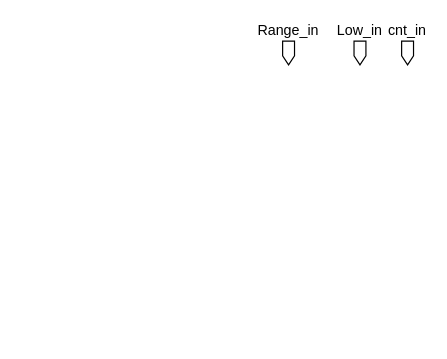
The draw.io diagram page "Stage_3" (7 of 8) of Project/Architecture.drawio in tuliopereirab/arithmetic-encoder-av1, before the edit. Source tidied: cells renumbered, new cells numbered last; positions are measured from the earlier drawing's top-left corner, leaving out a move shared by most shapes. Both pictures are drawn from the tidied source at 119%, with x=0, y=0 at pixel (282, 40).
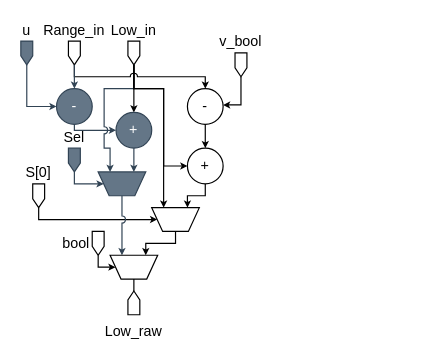
The same page after the edit.

Diff of the diagram source:
```diff
@@
+    <mxCell id="5" style="edgeStyle=orthogonalEdgeStyle;rounded=0;jettySize=auto;html=1;exitX=0.5;exitY=1;exitDx=0;exitDy=0;entryX=0;entryY=0.5;entryDx=0;entryDy=0;endSize=3;jumpStyle=arc;fillColor=#647687;strokeColor=#314354;" parent="1" edge="1" source="11" target="15">
+      <mxGeometry relative="1" as="geometry">
+        <Array as="points">
+          <mxPoint x="-175" y="75" />
+        </Array>
+      </mxGeometry>
+    </mxCell>
+    <mxCell id="6" style="edgeStyle=orthogonalEdgeStyle;rounded=0;jumpStyle=arc;jettySize=auto;html=1;exitX=0.5;exitY=1;exitDx=0;exitDy=0;entryX=0.25;entryY=0;entryDx=0;entryDy=0;endSize=3;fillColor=#647687;strokeColor=#314354;" parent="1" edge="1" source="3" target="29">
+      <mxGeometry relative="1" as="geometry">
+        <Array as="points">
+          <mxPoint x="-125" y="40" />
+          <mxPoint x="-150" y="40" />
+          <mxPoint x="-150" y="90" />
+          <mxPoint x="-145" y="90" />
+        </Array>
+      </mxGeometry>
+    </mxCell>
+    <mxCell id="7" style="edgeStyle=orthogonalEdgeStyle;rounded=0;jumpStyle=arc;jettySize=auto;html=1;exitX=0.5;exitY=1;exitDx=0;exitDy=0;entryX=0;entryY=0.5;entryDx=0;entryDy=0;endSize=3;" parent="1" edge="1" source="3" target="27">
+      <mxGeometry relative="1" as="geometry">
+        <Array as="points">
+          <mxPoint x="-125" y="40" />
+          <mxPoint x="-100" y="40" />
+          <mxPoint x="-100" y="105" />
+        </Array>
+      </mxGeometry>
+    </mxCell>
+    <mxCell id="8" style="edgeStyle=orthogonalEdgeStyle;rounded=0;jettySize=auto;html=1;exitX=0.5;exitY=1;exitDx=0;exitDy=0;entryX=0.25;entryY=0;entryDx=0;entryDy=0;endSize=3;" parent="1" edge="1" source="3" target="21">
+      <mxGeometry relative="1" as="geometry">
+        <Array as="points">
+          <mxPoint x="-125" y="40" />
+          <mxPoint x="-100" y="40" />
+        </Array>
+      </mxGeometry>
+    </mxCell>
+    <mxCell id="9" style="edgeStyle=orthogonalEdgeStyle;rounded=0;jumpStyle=arc;jettySize=auto;html=1;exitX=0.5;exitY=1;exitDx=0;exitDy=0;entryX=0.5;entryY=0;entryDx=0;entryDy=0;endSize=3;" parent="1" edge="1" source="2" target="25">
+      <mxGeometry relative="1" as="geometry">
+        <Array as="points">
+          <mxPoint x="-175" y="30" />
+          <mxPoint x="-65" y="30" />
+        </Array>
+      </mxGeometry>
+    </mxCell>
     <mxCell id="2" value="Range_in" style="shape=offPageConnector;whiteSpace=wrap;html=1;align=center;labelPosition=center;verticalLabelPosition=top;verticalAlign=bottom;" parent="1" vertex="1">
-      <mxGeometry width="10" height="20" as="geometry" />
+      <mxGeometry x="-180" width="10" height="20" as="geometry" />
     </mxCell>
+    <mxCell id="10" style="edgeStyle=orthogonalEdgeStyle;rounded=0;jettySize=auto;html=1;exitX=0.5;exitY=1;exitDx=0;exitDy=0;entryX=0.5;entryY=0;entryDx=0;entryDy=0;endSize=3;" parent="1" edge="1" source="3" target="15">
+      <mxGeometry relative="1" as="geometry" />
+    </mxCell>
     <mxCell id="3" value="Low_in" style="shape=offPageConnector;whiteSpace=wrap;html=1;align=center;labelPosition=center;verticalLabelPosition=top;verticalAlign=bottom;" parent="1" vertex="1">
-      <mxGeometry x="60" width="10" height="20" as="geometry" />
+      <mxGeometry x="-130" width="10" height="20" as="geometry" />
     </mxCell>
-    <mxCell id="4" value="cnt_in" style="shape=offPageConnector;whiteSpace=wrap;html=1;align=center;labelPosition=center;verticalLabelPosition=top;verticalAlign=bottom;" parent="1" vertex="1">
-      <mxGeometry x="100" width="10" height="20" as="geometry" />
-    </mxCell>
+    <mxCell id="11" value="-" style="ellipse;whiteSpace=wrap;html=1;fillColor=#647687;strokeColor=#314354;fontColor=#ffffff;" parent="1" vertex="1">
+      <mxGeometry x="-190" y="40" width="30" height="30" as="geometry" />
+    </mxCell>
+    <mxCell id="12" style="edgeStyle=orthogonalEdgeStyle;rounded=0;jettySize=auto;html=1;exitX=0.5;exitY=1;exitDx=0;exitDy=0;entryX=0;entryY=0.5;entryDx=0;entryDy=0;endSize=3;fillColor=#647687;strokeColor=#314354;" parent="1" edge="1" source="13" target="11">
+      <mxGeometry relative="1" as="geometry">
+        <Array as="points">
+          <mxPoint x="-215" y="55" />
+        </Array>
+      </mxGeometry>
+    </mxCell>
+    <mxCell id="13" value="u" style="shape=offPageConnector;whiteSpace=wrap;html=1;align=center;labelPosition=center;verticalLabelPosition=top;verticalAlign=bottom;fillColor=#647687;strokeColor=#314354;" parent="1" vertex="1">
+      <mxGeometry x="-220" width="10" height="20" as="geometry" />
+    </mxCell>
+    <mxCell id="14" style="edgeStyle=orthogonalEdgeStyle;rounded=0;jumpStyle=arc;jettySize=auto;html=1;exitX=0.5;exitY=1;exitDx=0;exitDy=0;entryX=0.75;entryY=0;entryDx=0;entryDy=0;endSize=3;fillColor=#647687;strokeColor=#314354;" parent="1" edge="1" source="15" target="29">
+      <mxGeometry relative="1" as="geometry" />
+    </mxCell>
+    <mxCell id="15" value="+" style="ellipse;whiteSpace=wrap;html=1;fillColor=#647687;strokeColor=#314354;fontColor=#ffffff;" parent="1" vertex="1">
+      <mxGeometry x="-140" y="60" width="30" height="30" as="geometry" />
+    </mxCell>
+    <mxCell id="16" style="edgeStyle=orthogonalEdgeStyle;rounded=0;jettySize=auto;html=1;endSize=3;entryX=0;entryY=0.5;entryDx=0;entryDy=0;" parent="1" edge="1" source="17" target="21">
+      <mxGeometry relative="1" as="geometry">
+        <Array as="points">
+          <mxPoint x="-205" y="150" />
+        </Array>
+      </mxGeometry>
+    </mxCell>
+    <mxCell id="17" value="S[0]" style="shape=offPageConnector;whiteSpace=wrap;html=1;align=center;labelPosition=center;verticalLabelPosition=top;verticalAlign=bottom;" parent="1" vertex="1">
+      <mxGeometry x="-210" y="120" width="10" height="20" as="geometry" />
+    </mxCell>
+    <mxCell id="18" style="edgeStyle=orthogonalEdgeStyle;rounded=0;jumpStyle=arc;jettySize=auto;html=1;exitX=0.5;exitY=1;exitDx=0;exitDy=0;entryX=0;entryY=0.5;entryDx=0;entryDy=0;endSize=3;" parent="1" edge="1" source="19" target="31">
+      <mxGeometry relative="1" as="geometry">
+        <Array as="points">
+          <mxPoint x="-155" y="190" />
+        </Array>
+      </mxGeometry>
+    </mxCell>
+    <mxCell id="19" value="bool" style="shape=offPageConnector;whiteSpace=wrap;html=1;align=right;labelPosition=left;verticalLabelPosition=middle;verticalAlign=middle;" parent="1" vertex="1">
+      <mxGeometry x="-160" y="160" width="10" height="20" as="geometry" />
+    </mxCell>
+    <mxCell id="20" style="edgeStyle=orthogonalEdgeStyle;rounded=0;jumpStyle=arc;jettySize=auto;html=1;exitX=0.5;exitY=1;exitDx=0;exitDy=0;entryX=0.75;entryY=0;entryDx=0;entryDy=0;endSize=3;" parent="1" edge="1" source="21" target="31">
+      <mxGeometry relative="1" as="geometry">
+        <Array as="points">
+          <mxPoint x="-90" y="170" />
+          <mxPoint x="-115" y="170" />
+        </Array>
+      </mxGeometry>
+    </mxCell>
+    <mxCell id="21" style="verticalLabelPosition=bottom;verticalAlign=top;html=1;shape=trapezoid;perimeter=trapezoidPerimeter;whiteSpace=wrap;size=0.23;arcSize=10;flipV=1;align=center;direction=east;" parent="1" vertex="1">
+      <mxGeometry x="-110" y="140" width="40" height="20" as="geometry" />
+    </mxCell>
+    <mxCell id="22" style="edgeStyle=orthogonalEdgeStyle;rounded=0;jumpStyle=arc;jettySize=auto;html=1;exitX=0.5;exitY=1;exitDx=0;exitDy=0;entryX=0.998;entryY=0.457;entryDx=0;entryDy=0;entryPerimeter=0;endSize=3;" parent="1" edge="1" source="23" target="25">
+      <mxGeometry relative="1" as="geometry">
+        <Array as="points">
+          <mxPoint x="-35" y="54" />
+        </Array>
+      </mxGeometry>
+    </mxCell>
+    <mxCell id="23" value="v_bool" style="shape=offPageConnector;whiteSpace=wrap;html=1;align=center;labelPosition=center;verticalLabelPosition=top;verticalAlign=bottom;" parent="1" vertex="1">
+      <mxGeometry x="-40" y="10" width="10" height="20" as="geometry" />
+    </mxCell>
+    <mxCell id="24" style="edgeStyle=orthogonalEdgeStyle;rounded=0;jumpStyle=arc;jettySize=auto;html=1;exitX=0.5;exitY=1;exitDx=0;exitDy=0;entryX=0.5;entryY=0;entryDx=0;entryDy=0;endSize=3;" parent="1" edge="1" source="25" target="27">
+      <mxGeometry relative="1" as="geometry" />
+    </mxCell>
+    <mxCell id="25" value="-" style="ellipse;whiteSpace=wrap;html=1;" parent="1" vertex="1">
+      <mxGeometry x="-80" y="40" width="30" height="30" as="geometry" />
+    </mxCell>
+    <mxCell id="26" style="edgeStyle=orthogonalEdgeStyle;rounded=0;jumpStyle=arc;jettySize=auto;html=1;entryX=0.75;entryY=0;entryDx=0;entryDy=0;endSize=3;" parent="1" edge="1" source="27" target="21">
+      <mxGeometry relative="1" as="geometry">
+        <Array as="points">
+          <mxPoint x="-65" y="130" />
+          <mxPoint x="-80" y="130" />
+        </Array>
+      </mxGeometry>
+    </mxCell>
+    <mxCell id="27" value="+" style="ellipse;whiteSpace=wrap;html=1;" parent="1" vertex="1">
+      <mxGeometry x="-80" y="90" width="30" height="30" as="geometry" />
+    </mxCell>
+    <mxCell id="28" style="edgeStyle=orthogonalEdgeStyle;rounded=0;jumpStyle=arc;jettySize=auto;html=1;exitX=0.5;exitY=1;exitDx=0;exitDy=0;endSize=3;entryX=0.25;entryY=0;entryDx=0;entryDy=0;fillColor=#647687;strokeColor=#314354;" parent="1" edge="1" source="29" target="31">
+      <mxGeometry relative="1" as="geometry" />
+    </mxCell>
+    <mxCell id="29" style="verticalLabelPosition=bottom;verticalAlign=top;html=1;shape=trapezoid;perimeter=trapezoidPerimeter;whiteSpace=wrap;size=0.23;arcSize=10;flipV=1;align=center;direction=east;fillColor=#647687;strokeColor=#314354;fontColor=#ffffff;" parent="1" vertex="1">
+      <mxGeometry x="-155" y="110" width="40" height="20" as="geometry" />
+    </mxCell>
+    <mxCell id="30" style="edgeStyle=orthogonalEdgeStyle;rounded=0;jumpStyle=arc;jettySize=auto;html=1;exitX=0.5;exitY=1;exitDx=0;exitDy=0;entryX=0.5;entryY=0;entryDx=0;entryDy=0;endSize=3;endArrow=none;endFill=0;" parent="1" edge="1" source="31" target="34">
+      <mxGeometry relative="1" as="geometry" />
+    </mxCell>
+    <mxCell id="31" style="verticalLabelPosition=bottom;verticalAlign=top;html=1;shape=trapezoid;perimeter=trapezoidPerimeter;whiteSpace=wrap;size=0.23;arcSize=10;flipV=1;align=center;direction=east;" parent="1" vertex="1">
+      <mxGeometry x="-145" y="180" width="40" height="20" as="geometry" />
+    </mxCell>
+    <mxCell id="32" style="edgeStyle=orthogonalEdgeStyle;rounded=0;jumpStyle=arc;jettySize=auto;html=1;exitX=0.5;exitY=1;exitDx=0;exitDy=0;entryX=0;entryY=0.5;entryDx=0;entryDy=0;endSize=3;fillColor=#647687;strokeColor=#314354;" parent="1" edge="1" source="33" target="29">
+      <mxGeometry relative="1" as="geometry">
+        <Array as="points">
+          <mxPoint x="-175" y="120" />
+        </Array>
+      </mxGeometry>
+    </mxCell>
+    <mxCell id="33" value="Sel" style="shape=offPageConnector;whiteSpace=wrap;html=1;align=center;labelPosition=center;verticalLabelPosition=top;verticalAlign=bottom;fillColor=#647687;strokeColor=#314354;" parent="1" vertex="1">
+      <mxGeometry x="-180" y="90" width="10" height="20" as="geometry" />
+    </mxCell>
+    <mxCell id="34" value="Low_raw" style="shape=offPageConnector;whiteSpace=wrap;html=1;align=center;labelPosition=center;verticalLabelPosition=bottom;verticalAlign=top;flipV=1;" parent="1" vertex="1">
+      <mxGeometry x="-130" y="210" width="10" height="20" as="geometry" />
+    </mxCell>
+    <mxCell id="35" style="edgeStyle=orthogonalEdgeStyle;rounded=0;jettySize=auto;html=1;exitX=0.5;exitY=1;exitDx=0;exitDy=0;entryX=0.5;entryY=0;entryDx=0;entryDy=0;endSize=3;fillColor=#647687;strokeColor=#314354;" parent="1" edge="1" source="2" target="11">
+      <mxGeometry relative="1" as="geometry" />
+    </mxCell>
```
